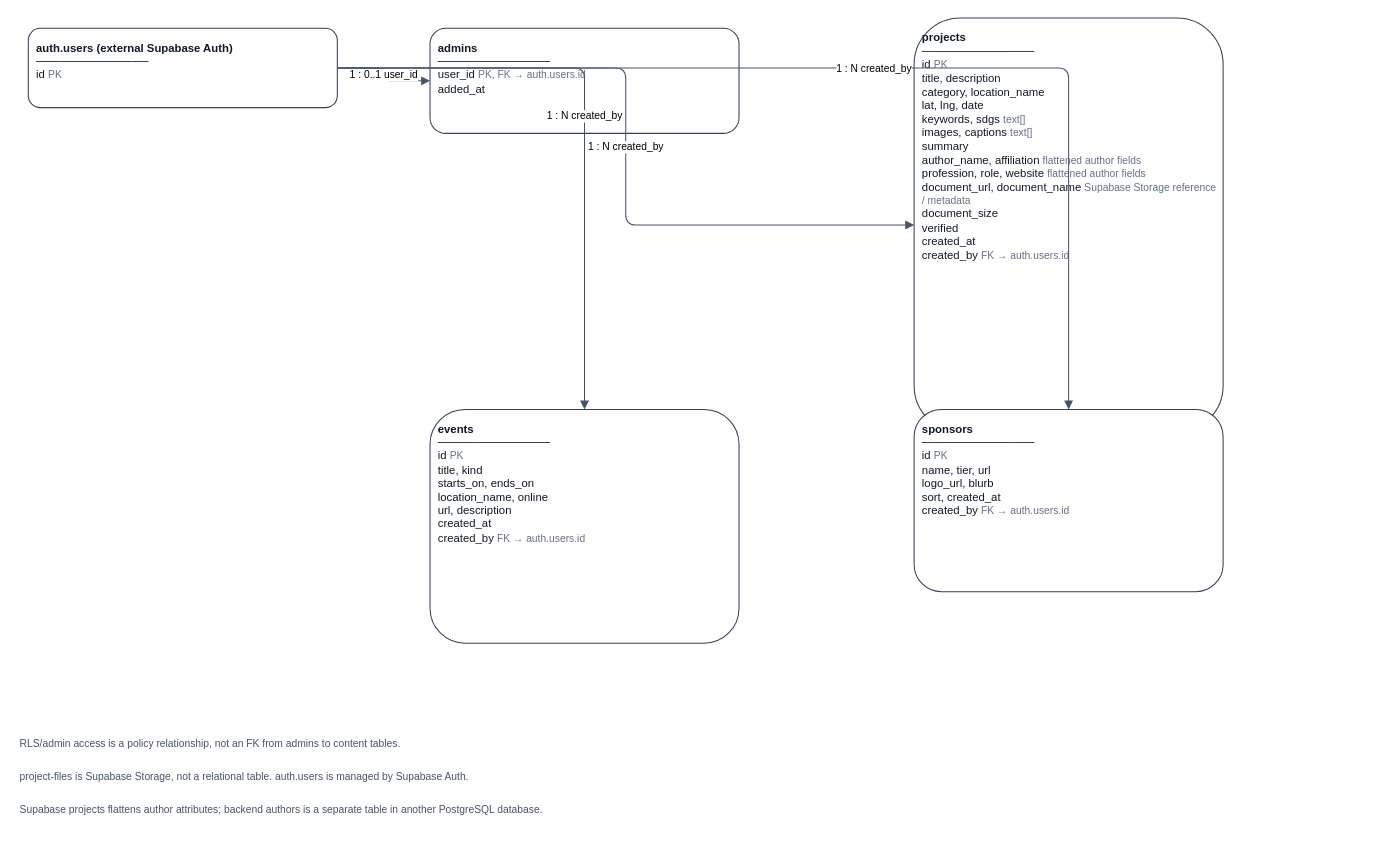
AnshSatiish/thecharter keeps this draw.io diagram as docs/diagrams/supabase-database-erd.drawio. Above is the earlier version. Source tidied: cells renumbered, new cells numbered last; positions are measured from the earlier drawing's top-left corner, leaving out a move shared by most shapes. Both pictures are drawn from the tidied source at 103%, with x=0, y=0 at pixel (18, 18).
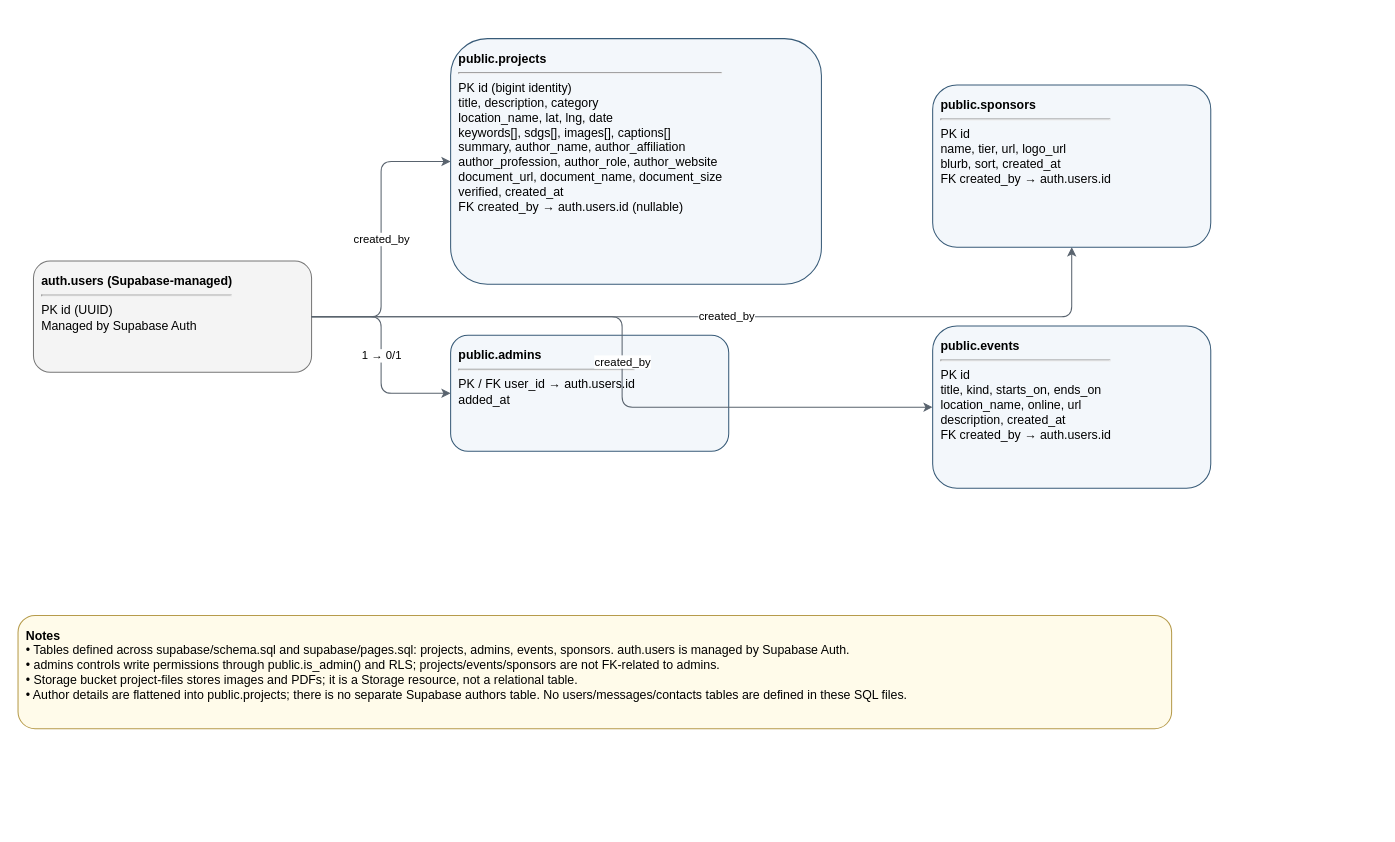
Above is the later version.

Commit message (it also covers changes not shown here):
Update database schema diagrams

What changed in the source:
```diff
@@
 <mxGraphModel>
   <root>
     <mxCell id="0" />
     <mxCell id="1" parent="0" />
-    <mxCell id="2" value="&lt;b&gt;auth.users (external Supabase Auth)&lt;/b&gt;&lt;br&gt;──────────────&lt;br&gt;id   &lt;font color='#667085' size='1'&gt;PK&lt;/font&gt;" style="rounded=1;whiteSpace=wrap;html=1;align=left;verticalAlign=top;spacing=8;fillColor=#ffffff;strokeColor=#344054;fontColor=#101828;fontSize=11;" parent="1" vertex="1">
-      <mxGeometry x="10" y="10" width="300" height="77" as="geometry" />
-    </mxCell>
-    <mxCell id="3" value="&lt;b&gt;admins&lt;/b&gt;&lt;br&gt;──────────────&lt;br&gt;user_id   &lt;font color='#667085' size='1'&gt;PK, FK → auth.users.id&lt;/font&gt;&lt;br&gt;added_at" style="rounded=1;whiteSpace=wrap;html=1;align=left;verticalAlign=top;spacing=8;fillColor=#ffffff;strokeColor=#344054;fontColor=#101828;fontSize=11;" parent="1" vertex="1">
-      <mxGeometry x="400" y="10" width="300" height="102" as="geometry" />
-    </mxCell>
-    <mxCell id="4" value="&lt;b&gt;projects&lt;/b&gt;&lt;br&gt;──────────────&lt;br&gt;id   &lt;font color='#667085' size='1'&gt;PK&lt;/font&gt;&lt;br&gt;title, description&lt;br&gt;category, location_name&lt;br&gt;lat, lng, date&lt;br&gt;keywords, sdgs   &lt;font color='#667085' size='1'&gt;text[]&lt;/font&gt;&lt;br&gt;images, captions   &lt;font color='#667085' size='1'&gt;text[]&lt;/font&gt;&lt;br&gt;summary&lt;br&gt;author_name, affiliation   &lt;font color='#667085' size='1'&gt;flattened author fields&lt;/font&gt;&lt;br&gt;profession, role, website   &lt;font color='#667085' size='1'&gt;flattened author fields&lt;/font&gt;&lt;br&gt;document_url, document_name   &lt;font color='#667085' size='1'&gt;Supabase Storage reference / metadata&lt;/font&gt;&lt;br&gt;document_size&lt;br&gt;verified&lt;br&gt;created_at&lt;br&gt;created_by   &lt;font color='#667085' size='1'&gt;FK → auth.users.id&lt;/font&gt;" style="rounded=1;whiteSpace=wrap;html=1;align=left;verticalAlign=top;spacing=8;fillColor=#ffffff;strokeColor=#344054;fontColor=#101828;fontSize=11;" parent="1" vertex="1">
-      <mxGeometry x="870" width="300" height="402" as="geometry" />
-    </mxCell>
-    <mxCell id="5" value="&lt;b&gt;events&lt;/b&gt;&lt;br&gt;──────────────&lt;br&gt;id   &lt;font color='#667085' size='1'&gt;PK&lt;/font&gt;&lt;br&gt;title, kind&lt;br&gt;starts_on, ends_on&lt;br&gt;location_name, online&lt;br&gt;url, description&lt;br&gt;created_at&lt;br&gt;created_by   &lt;font color='#667085' size='1'&gt;FK → auth.users.id&lt;/font&gt;" style="rounded=1;whiteSpace=wrap;html=1;align=left;verticalAlign=top;spacing=8;fillColor=#ffffff;strokeColor=#344054;fontColor=#101828;fontSize=11;" parent="1" vertex="1">
-      <mxGeometry x="400" y="380" width="300" height="227" as="geometry" />
-    </mxCell>
-    <mxCell id="6" value="&lt;b&gt;sponsors&lt;/b&gt;&lt;br&gt;──────────────&lt;br&gt;id   &lt;font color='#667085' size='1'&gt;PK&lt;/font&gt;&lt;br&gt;name, tier, url&lt;br&gt;logo_url, blurb&lt;br&gt;sort, created_at&lt;br&gt;created_by   &lt;font color='#667085' size='1'&gt;FK → auth.users.id&lt;/font&gt;" style="rounded=1;whiteSpace=wrap;html=1;align=left;verticalAlign=top;spacing=8;fillColor=#ffffff;strokeColor=#344054;fontColor=#101828;fontSize=11;" parent="1" vertex="1">
-      <mxGeometry x="870" y="380" width="300" height="177" as="geometry" />
-    </mxCell>
-    <mxCell id="7" value="1 : 0..1   user_id" style="edgeStyle=orthogonalEdgeStyle;rounded=1;jettySize=auto;html=1;endArrow=block;endFill=1;strokeColor=#475467;fontSize=10;" parent="1" edge="1" source="2" target="3">
-      <mxGeometry relative="1" as="geometry" />
-    </mxCell>
-    <mxCell id="8" value="1 : N   created_by" style="edgeStyle=orthogonalEdgeStyle;rounded=1;jettySize=auto;html=1;endArrow=block;endFill=1;strokeColor=#475467;fontSize=10;" parent="1" edge="1" source="2" target="4">
-      <mxGeometry relative="1" as="geometry" />
-    </mxCell>
-    <mxCell id="9" value="1 : N   created_by" style="edgeStyle=orthogonalEdgeStyle;rounded=1;jettySize=auto;html=1;endArrow=block;endFill=1;strokeColor=#475467;fontSize=10;" parent="1" edge="1" source="2" target="5">
-      <mxGeometry relative="1" as="geometry" />
-    </mxCell>
-    <mxCell id="10" value="1 : N   created_by" style="edgeStyle=orthogonalEdgeStyle;rounded=1;jettySize=auto;html=1;endArrow=block;endFill=1;strokeColor=#475467;fontSize=10;" parent="1" edge="1" source="2" target="6">
-      <mxGeometry relative="1" as="geometry" />
-    </mxCell>
-    <mxCell id="11" value="RLS/admin access is a policy relationship, not an FK from admins to content tables." style="text;html=1;align=left;verticalAlign=middle;whiteSpace=wrap;rounded=0;fillColor=none;strokeColor=none;fontSize=10;fontColor=#475467;" parent="1" vertex="1">
-      <mxGeometry y="690" width="1320" height="28" as="geometry" />
-    </mxCell>
-    <mxCell id="12" value="project-files is Supabase Storage, not a relational table. auth.users is managed by Supabase Auth." style="text;html=1;align=left;verticalAlign=middle;whiteSpace=wrap;rounded=0;fillColor=none;strokeColor=none;fontSize=10;fontColor=#475467;" parent="1" vertex="1">
-      <mxGeometry y="722" width="1320" height="28" as="geometry" />
-    </mxCell>
-    <mxCell id="13" value="Supabase projects flattens author attributes; backend authors is a separate table in another PostgreSQL database." style="text;html=1;align=left;verticalAlign=middle;whiteSpace=wrap;rounded=0;fillColor=none;strokeColor=none;fontSize=10;fontColor=#475467;" parent="1" vertex="1">
-      <mxGeometry y="754" width="1320" height="28" as="geometry" />
-    </mxCell>
+    <mxCell id="14" value="&lt;b&gt;auth.users (Supabase-managed)&lt;/b&gt;&lt;hr/&gt;PK  id (UUID)&lt;br/&gt;Managed by Supabase Auth" style="rounded=1;whiteSpace=wrap;html=1;fillColor=#f4f4f4;strokeColor=#777777;fontSize=12;align=left;verticalAlign=top;spacing=8;" parent="1" vertex="1">
+      <mxGeometry x="15" y="236" width="270" height="108" as="geometry" />
+    </mxCell>
+    <mxCell id="15" value="&lt;b&gt;public.admins&lt;/b&gt;&lt;hr/&gt;PK / FK  user_id → auth.users.id&lt;br/&gt;added_at" style="rounded=1;whiteSpace=wrap;html=1;fillColor=#f3f7fb;strokeColor=#385b78;fontSize=12;align=left;verticalAlign=top;spacing=8;" parent="1" vertex="1">
+      <mxGeometry x="420" y="308" width="270" height="112.5" as="geometry" />
+    </mxCell>
+    <mxCell id="16" value="&lt;b&gt;public.projects&lt;/b&gt;&lt;hr/&gt;PK  id (bigint identity)&lt;br/&gt;title, description, category&lt;br/&gt;location_name, lat, lng, date&lt;br/&gt;keywords[], sdgs[], images[], captions[]&lt;br/&gt;summary, author_name, author_affiliation&lt;br/&gt;author_profession, author_role, author_website&lt;br/&gt;document_url, document_name, document_size&lt;br/&gt;verified, created_at&lt;br/&gt;FK  created_by → auth.users.id (nullable)" style="rounded=1;whiteSpace=wrap;html=1;fillColor=#f3f7fb;strokeColor=#385b78;fontSize=12;align=left;verticalAlign=top;spacing=8;" parent="1" vertex="1">
+      <mxGeometry x="420" y="20" width="360" height="238.5" as="geometry" />
+    </mxCell>
+    <mxCell id="17" value="&lt;b&gt;public.events&lt;/b&gt;&lt;hr/&gt;PK  id&lt;br/&gt;title, kind, starts_on, ends_on&lt;br/&gt;location_name, online, url&lt;br/&gt;description, created_at&lt;br/&gt;FK  created_by → auth.users.id" style="rounded=1;whiteSpace=wrap;html=1;fillColor=#f3f7fb;strokeColor=#385b78;fontSize=12;align=left;verticalAlign=top;spacing=8;" parent="1" vertex="1">
+      <mxGeometry x="888" y="299" width="270" height="157.5" as="geometry" />
+    </mxCell>
+    <mxCell id="18" value="&lt;b&gt;public.sponsors&lt;/b&gt;&lt;hr/&gt;PK  id&lt;br/&gt;name, tier, url, logo_url&lt;br/&gt;blurb, sort, created_at&lt;br/&gt;FK  created_by → auth.users.id" style="rounded=1;whiteSpace=wrap;html=1;fillColor=#f3f7fb;strokeColor=#385b78;fontSize=12;align=left;verticalAlign=top;spacing=8;" parent="1" vertex="1">
+      <mxGeometry x="888" y="65" width="270" height="157.5" as="geometry" />
+    </mxCell>
+    <mxCell id="19" value="1 → 0/1" style="edgeStyle=orthogonalEdgeStyle;rounded=1;html=1;endArrow=classic;strokeColor=#59636e;" parent="1" edge="1" source="14" target="15">
+      <mxGeometry relative="1" as="geometry" />
+    </mxCell>
+    <mxCell id="20" value="created_by" style="edgeStyle=orthogonalEdgeStyle;rounded=1;html=1;endArrow=classic;strokeColor=#59636e;" parent="1" edge="1" source="14" target="16">
+      <mxGeometry relative="1" as="geometry" />
+    </mxCell>
+    <mxCell id="21" value="created_by" style="edgeStyle=orthogonalEdgeStyle;rounded=1;html=1;endArrow=classic;strokeColor=#59636e;" parent="1" edge="1" source="14" target="17">
+      <mxGeometry relative="1" as="geometry" />
+    </mxCell>
+    <mxCell id="22" value="created_by" style="edgeStyle=orthogonalEdgeStyle;rounded=1;html=1;endArrow=classic;strokeColor=#59636e;" parent="1" edge="1" source="14" target="18">
+      <mxGeometry relative="1" as="geometry" />
+    </mxCell>
+    <mxCell id="23" value="&lt;b&gt;Notes&lt;/b&gt;&lt;br/&gt;• Tables defined across supabase/schema.sql and supabase/pages.sql: projects, admins, events, sponsors. auth.users is managed by Supabase Auth.&lt;br/&gt;• admins controls write permissions through public.is_admin() and RLS; projects/events/sponsors are not FK-related to admins.&lt;br/&gt;• Storage bucket project-files stores images and PDFs; it is a Storage resource, not a relational table.&lt;br/&gt;• Author details are flattened into public.projects; there is no separate Supabase authors table. No users/messages/contacts tables are defined in these SQL files." style="rounded=1;whiteSpace=wrap;html=1;fillColor=#fffbea;strokeColor=#b69b4b;fontSize=12;align=left;verticalAlign=top;spacing=8;" parent="1" vertex="1">
+      <mxGeometry y="580" width="1120" height="110" as="geometry" />
+    </mxCell>
   </root>
 </mxGraphModel>
```
